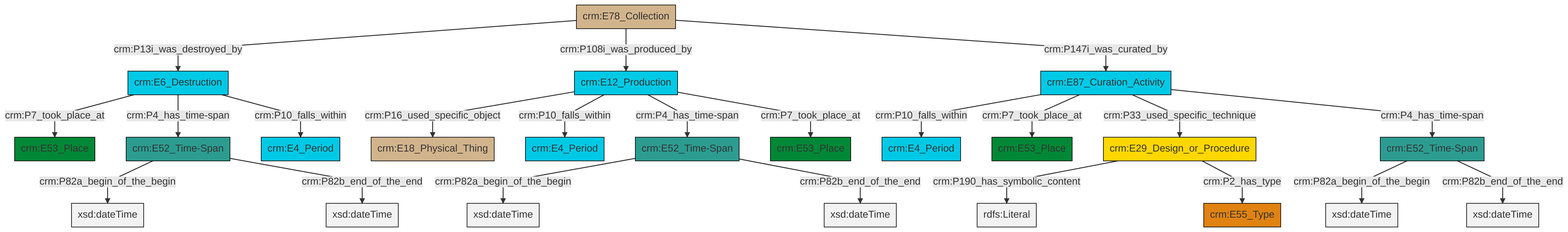
The Mermaid diagram et/archivalCSV/ttl/mmd/png/archival_existence.png in swiss-art-research-net/docs.swissartresearch, before a commit. Its source is kept beside it as et/archivalCSV/ttl/mmd/archival_existence.ttl.mmd.
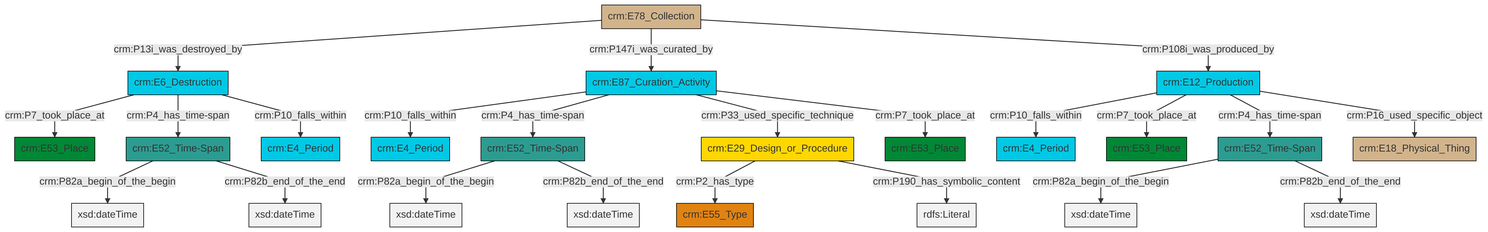
Later version of the same file.

What changed in the source:
```diff
@@ -13,25 +13,25 @@
 classDef PC_Classes fill:#4ce600, stroke:#000000;
 classDef Multi fill:#cccccc,stroke:#000000;
 
-2["crm:E12_Production"]:::Temporal_Entity -->|crm:P16_used_specific_object| 3["crm:E18_Physical_Thing"]:::Physical_Thing
-2["crm:E12_Production"]:::Temporal_Entity -->|crm:P10_falls_within| 4["crm:E4_Period"]:::Temporal_Entity
-5["crm:E87_Curation_Activity"]:::Temporal_Entity -->|crm:P10_falls_within| 6["crm:E4_Period"]:::Temporal_Entity
-9["crm:E52_Time-Span"]:::Time-Span -->|crm:P82a_begin_of_the_begin| 10[xsd:dateTime]:::Literal
-13["crm:E52_Time-Span"]:::Time-Span -->|crm:P82a_begin_of_the_begin| 14[xsd:dateTime]:::Literal
-11["crm:E29_Design_or_Procedure"]:::Conceptual_Object -->|crm:P190_has_symbolic_content| 17[rdfs:Literal]:::Literal
-5["crm:E87_Curation_Activity"]:::Temporal_Entity -->|crm:P7_took_place_at| 18["crm:E53_Place"]:::Place
-11["crm:E29_Design_or_Procedure"]:::Conceptual_Object -->|crm:P2_has_type| 23["crm:E55_Type"]:::Type
-2["crm:E12_Production"]:::Temporal_Entity -->|crm:P4_has_time-span| 13["crm:E52_Time-Span"]:::Time-Span
-7["crm:E52_Time-Span"]:::Time-Span -->|crm:P82a_begin_of_the_begin| 24[xsd:dateTime]:::Literal
-26["crm:E78_Collection"]:::Physical_Thing -->|crm:P13i_was_destroyed_by| 27["crm:E6_Destruction"]:::Temporal_Entity
-9["crm:E52_Time-Span"]:::Time-Span -->|crm:P82b_end_of_the_end| 29[xsd:dateTime]:::Literal
-26["crm:E78_Collection"]:::Physical_Thing -->|crm:P108i_was_produced_by| 2["crm:E12_Production"]:::Temporal_Entity
-5["crm:E87_Curation_Activity"]:::Temporal_Entity -->|crm:P33_used_specific_technique| 11["crm:E29_Design_or_Procedure"]:::Conceptual_Object
-13["crm:E52_Time-Span"]:::Time-Span -->|crm:P82b_end_of_the_end| 30[xsd:dateTime]:::Literal
-5["crm:E87_Curation_Activity"]:::Temporal_Entity -->|crm:P4_has_time-span| 7["crm:E52_Time-Span"]:::Time-Span
-26["crm:E78_Collection"]:::Physical_Thing -->|crm:P147i_was_curated_by| 5["crm:E87_Curation_Activity"]:::Temporal_Entity
-27["crm:E6_Destruction"]:::Temporal_Entity -->|crm:P7_took_place_at| 0["crm:E53_Place"]:::Place
-2["crm:E12_Production"]:::Temporal_Entity -->|crm:P7_took_place_at| 15["crm:E53_Place"]:::Place
-27["crm:E6_Destruction"]:::Temporal_Entity -->|crm:P4_has_time-span| 9["crm:E52_Time-Span"]:::Time-Span
-27["crm:E6_Destruction"]:::Temporal_Entity -->|crm:P10_falls_within| 19["crm:E4_Period"]:::Temporal_Entity
-7["crm:E52_Time-Span"]:::Time-Span -->|crm:P82b_end_of_the_end| 38[xsd:dateTime]:::Literal
+0["crm:E78_Collection"]:::Physical_Thing -->|crm:P13i_was_destroyed_by| 1["crm:E6_Destruction"]:::Temporal_Entity
+4["crm:E87_Curation_Activity"]:::Temporal_Entity -->|crm:P10_falls_within| 5["crm:E4_Period"]:::Temporal_Entity
+8["crm:E52_Time-Span"]:::Time-Span -->|crm:P82a_begin_of_the_begin| 9[xsd:dateTime]:::Literal
+10["crm:E12_Production"]:::Temporal_Entity -->|crm:P10_falls_within| 11["crm:E4_Period"]:::Temporal_Entity
+8["crm:E52_Time-Span"]:::Time-Span -->|crm:P82b_end_of_the_end| 12[xsd:dateTime]:::Literal
+10["crm:E12_Production"]:::Temporal_Entity -->|crm:P7_took_place_at| 13["crm:E53_Place"]:::Place
+4["crm:E87_Curation_Activity"]:::Temporal_Entity -->|crm:P4_has_time-span| 8["crm:E52_Time-Span"]:::Time-Span
+4["crm:E87_Curation_Activity"]:::Temporal_Entity -->|crm:P33_used_specific_technique| 18["crm:E29_Design_or_Procedure"]:::Conceptual_Object
+21["crm:E52_Time-Span"]:::Time-Span -->|crm:P82a_begin_of_the_begin| 22[xsd:dateTime]:::Literal
+21["crm:E52_Time-Span"]:::Time-Span -->|crm:P82b_end_of_the_end| 23[xsd:dateTime]:::Literal
+18["crm:E29_Design_or_Procedure"]:::Conceptual_Object -->|crm:P2_has_type| 14["crm:E55_Type"]:::Type
+1["crm:E6_Destruction"]:::Temporal_Entity -->|crm:P7_took_place_at| 2["crm:E53_Place"]:::Place
+1["crm:E6_Destruction"]:::Temporal_Entity -->|crm:P4_has_time-span| 26["crm:E52_Time-Span"]:::Time-Span
+1["crm:E6_Destruction"]:::Temporal_Entity -->|crm:P10_falls_within| 16["crm:E4_Period"]:::Temporal_Entity
+10["crm:E12_Production"]:::Temporal_Entity -->|crm:P4_has_time-span| 21["crm:E52_Time-Span"]:::Time-Span
+4["crm:E87_Curation_Activity"]:::Temporal_Entity -->|crm:P7_took_place_at| 24["crm:E53_Place"]:::Place
+10["crm:E12_Production"]:::Temporal_Entity -->|crm:P16_used_specific_object| 6["crm:E18_Physical_Thing"]:::Physical_Thing
+18["crm:E29_Design_or_Procedure"]:::Conceptual_Object -->|crm:P190_has_symbolic_content| 30[rdfs:Literal]:::Literal
+26["crm:E52_Time-Span"]:::Time-Span -->|crm:P82a_begin_of_the_begin| 35[xsd:dateTime]:::Literal
+0["crm:E78_Collection"]:::Physical_Thing -->|crm:P147i_was_curated_by| 4["crm:E87_Curation_Activity"]:::Temporal_Entity
+26["crm:E52_Time-Span"]:::Time-Span -->|crm:P82b_end_of_the_end| 36[xsd:dateTime]:::Literal
+0["crm:E78_Collection"]:::Physical_Thing -->|crm:P108i_was_produced_by| 10["crm:E12_Production"]:::Temporal_Entity
```
